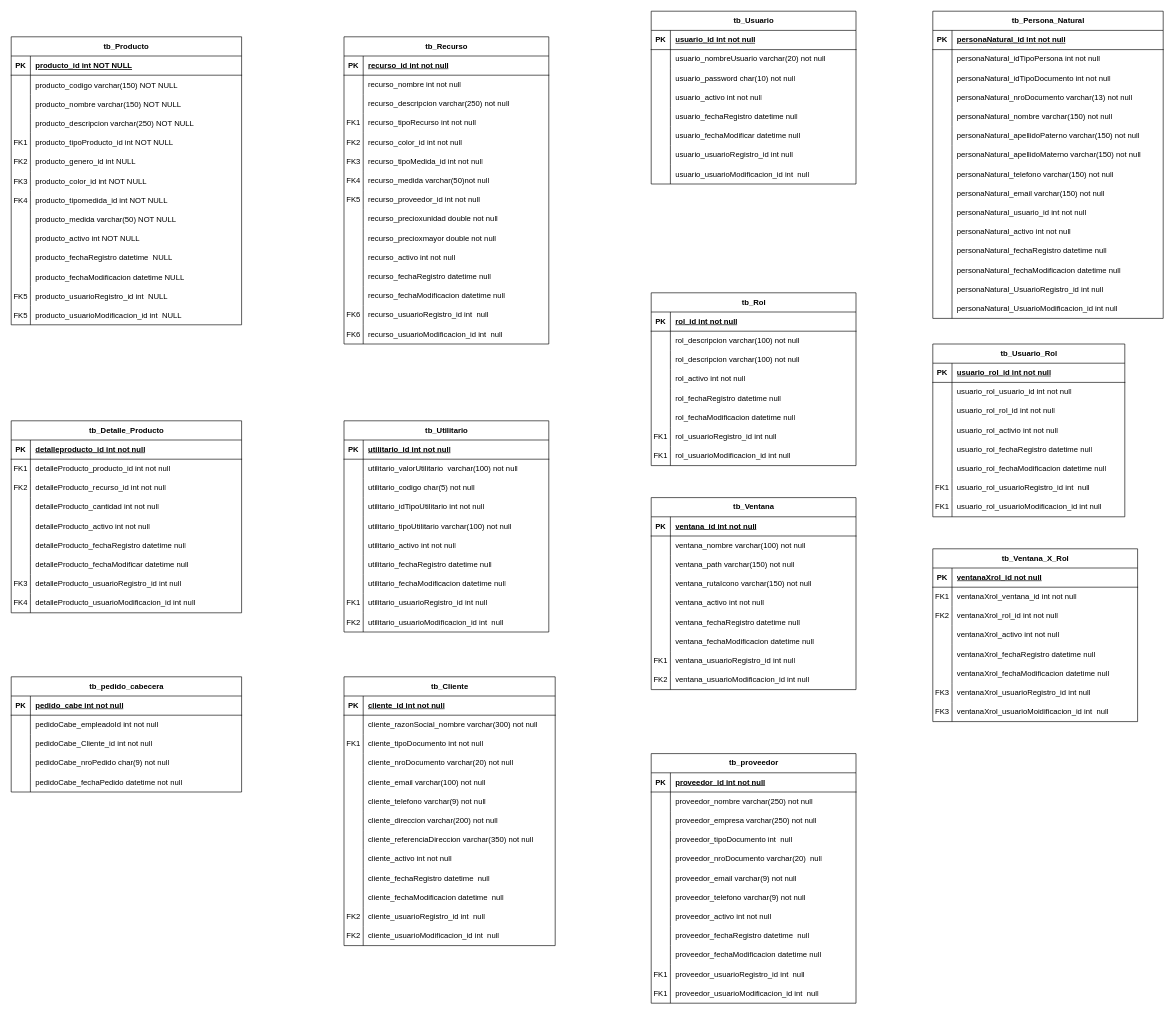
Earlier version of the draw.io diagram BD/Diagrama_Entidad_Relacion_RAGOSISTVEN.drawio (robertrayco/sistemaVentasRaGo). Source tidied: cells renumbered, new cells numbered last; positions are measured from the earlier drawing's top-left corner, leaving out a move shared by most shapes. Both pictures are drawn from the tidied source at 64%, with x=0, y=0 at pixel (11, 11).
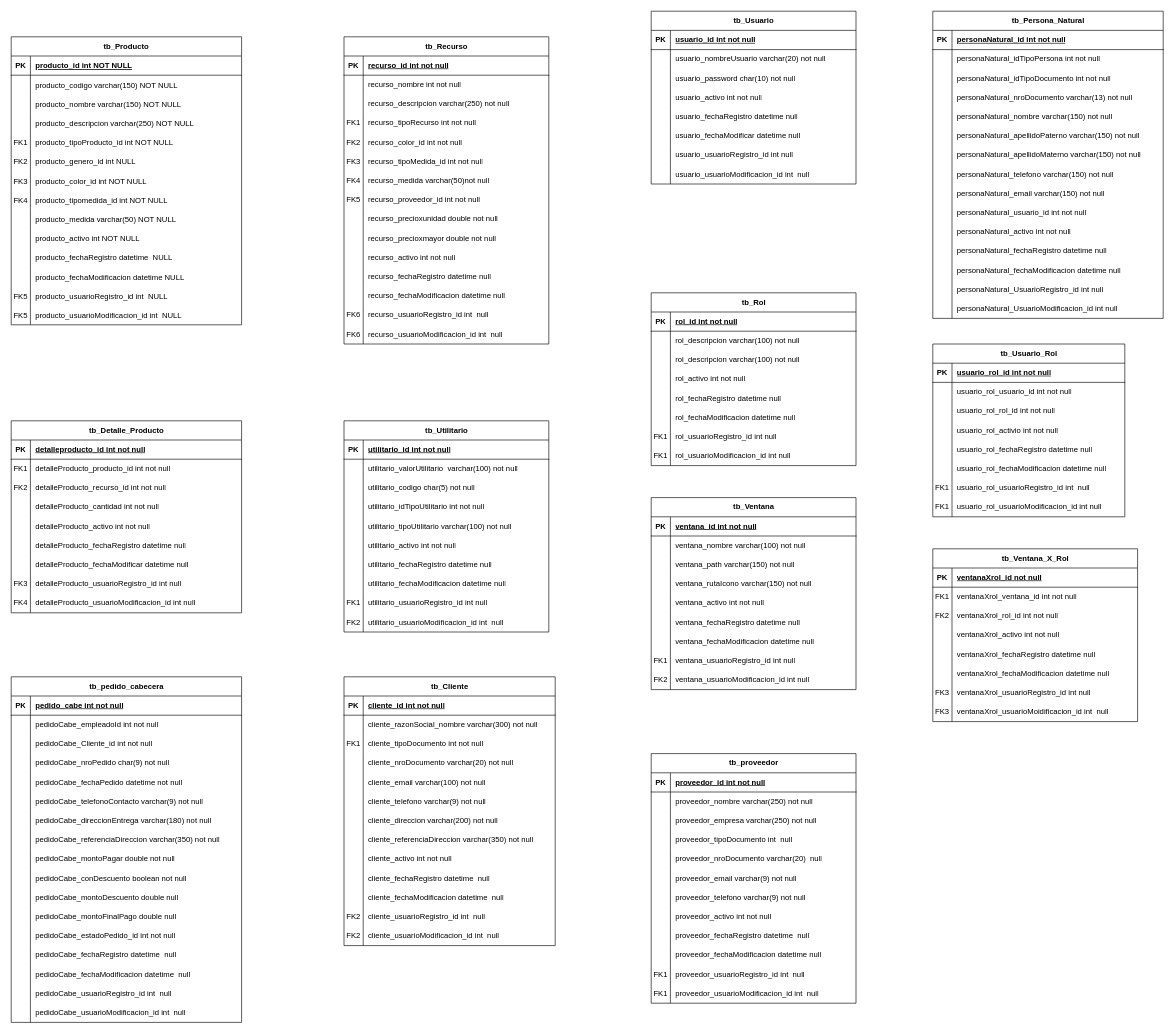
The same diagram, later.

What changed in the source:
```diff
@@
     <mxCell id="278" value="tb_pedido_cabecera" style="shape=table;startSize=30;childLayout=tableLayout;rowLines=0;fontStyle=1;align=center;html=1;" parent="1" vertex="1">
-      <mxGeometry y="1040" width="360" height="180" as="geometry" />
+      <mxGeometry y="1040" width="360" height="540" as="geometry" />
     </mxCell>
@@
+    <mxCell id="417" style="shape=tableRow;horizontal=0;startSize=0;swimlaneHead=0;swimlaneBody=0;fillColor=none;top=0;left=0;right=0;bottom=0;" parent="278" vertex="1">
+      <mxGeometry y="180" width="360" height="30" as="geometry" />
+    </mxCell>
+    <mxCell id="418" style="shape=partialRectangle;fillColor=none;top=0;left=0;bottom=0;right=0;overflow=hidden;whiteSpace=wrap;html=1;" parent="417" vertex="1">
+      <mxGeometry width="30" height="30" as="geometry" />
+    </mxCell>
+    <mxCell id="419" value="pedidoCabe_telefonoContacto varchar(9) not null" style="shape=partialRectangle;fillColor=none;top=0;left=0;bottom=0;right=0;align=left;spacingLeft=6;overflow=hidden;whiteSpace=wrap;html=1;" parent="417" vertex="1">
+      <mxGeometry x="30" width="330" height="30" as="geometry" />
+    </mxCell>
+    <mxCell id="420" style="shape=tableRow;horizontal=0;startSize=0;swimlaneHead=0;swimlaneBody=0;fillColor=none;top=0;left=0;right=0;bottom=0;" parent="278" vertex="1">
+      <mxGeometry y="210" width="360" height="30" as="geometry" />
+    </mxCell>
+    <mxCell id="421" style="shape=partialRectangle;fillColor=none;top=0;left=0;bottom=0;right=0;overflow=hidden;whiteSpace=wrap;html=1;" parent="420" vertex="1">
+      <mxGeometry width="30" height="30" as="geometry" />
+    </mxCell>
+    <mxCell id="422" value="pedidoCabe_direccionEntrega varchar(180) not null" style="shape=partialRectangle;fillColor=none;top=0;left=0;bottom=0;right=0;align=left;spacingLeft=6;overflow=hidden;whiteSpace=wrap;html=1;" parent="420" vertex="1">
+      <mxGeometry x="30" width="330" height="30" as="geometry" />
+    </mxCell>
+    <mxCell id="423" style="shape=tableRow;horizontal=0;startSize=0;swimlaneHead=0;swimlaneBody=0;fillColor=none;top=0;left=0;right=0;bottom=0;" parent="278" vertex="1">
+      <mxGeometry y="240" width="360" height="30" as="geometry" />
+    </mxCell>
+    <mxCell id="424" style="shape=partialRectangle;fillColor=none;top=0;left=0;bottom=0;right=0;overflow=hidden;whiteSpace=wrap;html=1;" parent="423" vertex="1">
+      <mxGeometry width="30" height="30" as="geometry" />
+    </mxCell>
+    <mxCell id="425" value="pedidoCabe_referenciaDireccion varchar(350) not null" style="shape=partialRectangle;fillColor=none;top=0;left=0;bottom=0;right=0;align=left;spacingLeft=6;overflow=hidden;whiteSpace=wrap;html=1;" parent="423" vertex="1">
+      <mxGeometry x="30" width="330" height="30" as="geometry" />
+    </mxCell>
+    <mxCell id="426" style="shape=tableRow;horizontal=0;startSize=0;swimlaneHead=0;swimlaneBody=0;fillColor=none;top=0;left=0;right=0;bottom=0;" parent="278" vertex="1">
+      <mxGeometry y="270" width="360" height="30" as="geometry" />
+    </mxCell>
+    <mxCell id="427" style="shape=partialRectangle;fillColor=none;top=0;left=0;bottom=0;right=0;overflow=hidden;whiteSpace=wrap;html=1;" parent="426" vertex="1">
+      <mxGeometry width="30" height="30" as="geometry" />
+    </mxCell>
+    <mxCell id="428" value="pedidoCabe_montoPagar double not null" style="shape=partialRectangle;fillColor=none;top=0;left=0;bottom=0;right=0;align=left;spacingLeft=6;overflow=hidden;whiteSpace=wrap;html=1;" parent="426" vertex="1">
+      <mxGeometry x="30" width="330" height="30" as="geometry" />
+    </mxCell>
+    <mxCell id="429" style="shape=tableRow;horizontal=0;startSize=0;swimlaneHead=0;swimlaneBody=0;fillColor=none;top=0;left=0;right=0;bottom=0;" parent="278" vertex="1">
+      <mxGeometry y="300" width="360" height="30" as="geometry" />
+    </mxCell>
+    <mxCell id="430" style="shape=partialRectangle;fillColor=none;top=0;left=0;bottom=0;right=0;overflow=hidden;whiteSpace=wrap;html=1;" parent="429" vertex="1">
+      <mxGeometry width="30" height="30" as="geometry" />
+    </mxCell>
+    <mxCell id="431" value="pedidoCabe_conDescuento boolean not null" style="shape=partialRectangle;fillColor=none;top=0;left=0;bottom=0;right=0;align=left;spacingLeft=6;overflow=hidden;whiteSpace=wrap;html=1;" parent="429" vertex="1">
+      <mxGeometry x="30" width="330" height="30" as="geometry" />
+    </mxCell>
+    <mxCell id="432" style="shape=tableRow;horizontal=0;startSize=0;swimlaneHead=0;swimlaneBody=0;fillColor=none;top=0;left=0;right=0;bottom=0;" parent="278" vertex="1">
+      <mxGeometry y="330" width="360" height="30" as="geometry" />
+    </mxCell>
+    <mxCell id="433" style="shape=partialRectangle;fillColor=none;top=0;left=0;bottom=0;right=0;overflow=hidden;whiteSpace=wrap;html=1;" parent="432" vertex="1">
+      <mxGeometry width="30" height="30" as="geometry" />
+    </mxCell>
+    <mxCell id="434" value="pedidoCabe_montoDescuento double null" style="shape=partialRectangle;fillColor=none;top=0;left=0;bottom=0;right=0;align=left;spacingLeft=6;overflow=hidden;whiteSpace=wrap;html=1;" parent="432" vertex="1">
+      <mxGeometry x="30" width="330" height="30" as="geometry" />
+    </mxCell>
+    <mxCell id="435" style="shape=tableRow;horizontal=0;startSize=0;swimlaneHead=0;swimlaneBody=0;fillColor=none;top=0;left=0;right=0;bottom=0;" parent="278" vertex="1">
+      <mxGeometry y="360" width="360" height="30" as="geometry" />
+    </mxCell>
+    <mxCell id="436" style="shape=partialRectangle;fillColor=none;top=0;left=0;bottom=0;right=0;overflow=hidden;whiteSpace=wrap;html=1;" parent="435" vertex="1">
+      <mxGeometry width="30" height="30" as="geometry" />
+    </mxCell>
+    <mxCell id="437" value="pedidoCabe_montoFinalPago double null" style="shape=partialRectangle;fillColor=none;top=0;left=0;bottom=0;right=0;align=left;spacingLeft=6;overflow=hidden;whiteSpace=wrap;html=1;" parent="435" vertex="1">
+      <mxGeometry x="30" width="330" height="30" as="geometry" />
+    </mxCell>
+    <mxCell id="438" style="shape=tableRow;horizontal=0;startSize=0;swimlaneHead=0;swimlaneBody=0;fillColor=none;top=0;left=0;right=0;bottom=0;" parent="278" vertex="1">
+      <mxGeometry y="390" width="360" height="30" as="geometry" />
+    </mxCell>
+    <mxCell id="439" style="shape=partialRectangle;fillColor=none;top=0;left=0;bottom=0;right=0;overflow=hidden;whiteSpace=wrap;html=1;" parent="438" vertex="1">
+      <mxGeometry width="30" height="30" as="geometry" />
+    </mxCell>
+    <mxCell id="440" value="pedidoCabe_estadoPedido_id int not null" style="shape=partialRectangle;fillColor=none;top=0;left=0;bottom=0;right=0;align=left;spacingLeft=6;overflow=hidden;whiteSpace=wrap;html=1;" parent="438" vertex="1">
+      <mxGeometry x="30" width="330" height="30" as="geometry" />
+    </mxCell>
+    <mxCell id="441" style="shape=tableRow;horizontal=0;startSize=0;swimlaneHead=0;swimlaneBody=0;fillColor=none;top=0;left=0;right=0;bottom=0;" parent="278" vertex="1">
+      <mxGeometry y="420" width="360" height="30" as="geometry" />
+    </mxCell>
+    <mxCell id="442" style="shape=partialRectangle;fillColor=none;top=0;left=0;bottom=0;right=0;overflow=hidden;whiteSpace=wrap;html=1;" parent="441" vertex="1">
+      <mxGeometry width="30" height="30" as="geometry" />
+    </mxCell>
+    <mxCell id="443" value="pedidoCabe_fechaRegistro datetime&amp;nbsp; null" style="shape=partialRectangle;fillColor=none;top=0;left=0;bottom=0;right=0;align=left;spacingLeft=6;overflow=hidden;whiteSpace=wrap;html=1;" parent="441" vertex="1">
+      <mxGeometry x="30" width="330" height="30" as="geometry" />
+    </mxCell>
+    <mxCell id="444" style="shape=tableRow;horizontal=0;startSize=0;swimlaneHead=0;swimlaneBody=0;fillColor=none;top=0;left=0;right=0;bottom=0;" parent="278" vertex="1">
+      <mxGeometry y="450" width="360" height="30" as="geometry" />
+    </mxCell>
+    <mxCell id="445" style="shape=partialRectangle;fillColor=none;top=0;left=0;bottom=0;right=0;overflow=hidden;whiteSpace=wrap;html=1;" parent="444" vertex="1">
+      <mxGeometry width="30" height="30" as="geometry" />
+    </mxCell>
+    <mxCell id="446" value="pedidoCabe_fechaModificacion datetime&amp;nbsp; null" style="shape=partialRectangle;fillColor=none;top=0;left=0;bottom=0;right=0;align=left;spacingLeft=6;overflow=hidden;whiteSpace=wrap;html=1;" parent="444" vertex="1">
+      <mxGeometry x="30" width="330" height="30" as="geometry" />
+    </mxCell>
+    <mxCell id="447" style="shape=tableRow;horizontal=0;startSize=0;swimlaneHead=0;swimlaneBody=0;fillColor=none;top=0;left=0;right=0;bottom=0;" parent="278" vertex="1">
+      <mxGeometry y="480" width="360" height="30" as="geometry" />
+    </mxCell>
+    <mxCell id="448" style="shape=partialRectangle;fillColor=none;top=0;left=0;bottom=0;right=0;overflow=hidden;whiteSpace=wrap;html=1;" parent="447" vertex="1">
+      <mxGeometry width="30" height="30" as="geometry" />
+    </mxCell>
+    <mxCell id="449" value="pedidoCabe_usuarioRegistro_id int&amp;nbsp; null" style="shape=partialRectangle;fillColor=none;top=0;left=0;bottom=0;right=0;align=left;spacingLeft=6;overflow=hidden;whiteSpace=wrap;html=1;" parent="447" vertex="1">
+      <mxGeometry x="30" width="330" height="30" as="geometry" />
+    </mxCell>
+    <mxCell id="450" style="shape=tableRow;horizontal=0;startSize=0;swimlaneHead=0;swimlaneBody=0;fillColor=none;top=0;left=0;right=0;bottom=0;" parent="278" vertex="1">
+      <mxGeometry y="510" width="360" height="30" as="geometry" />
+    </mxCell>
+    <mxCell id="451" style="shape=partialRectangle;fillColor=none;top=0;left=0;bottom=0;right=0;overflow=hidden;whiteSpace=wrap;html=1;" parent="450" vertex="1">
+      <mxGeometry width="30" height="30" as="geometry" />
+    </mxCell>
+    <mxCell id="452" value="pedidoCabe_usuarioModificacion_id int&amp;nbsp; null" style="shape=partialRectangle;fillColor=none;top=0;left=0;bottom=0;right=0;align=left;spacingLeft=6;overflow=hidden;whiteSpace=wrap;html=1;" parent="450" vertex="1">
+      <mxGeometry x="30" width="330" height="30" as="geometry" />
+    </mxCell>
```
